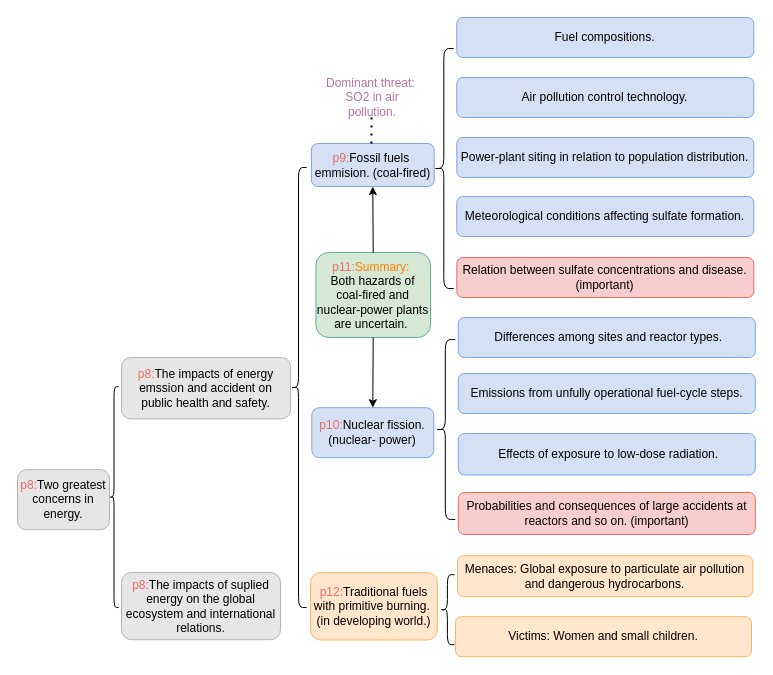
Before: mindmap.drawio in limengzhu3211/draw, a draw.io diagram. Source tidied: cells renumbered, new cells numbered last; positions are measured from the earlier drawing's top-left corner, leaving out a move shared by most shapes. Both pictures are drawn from the tidied source at 100%, with x=0, y=0 at pixel (17, 17).
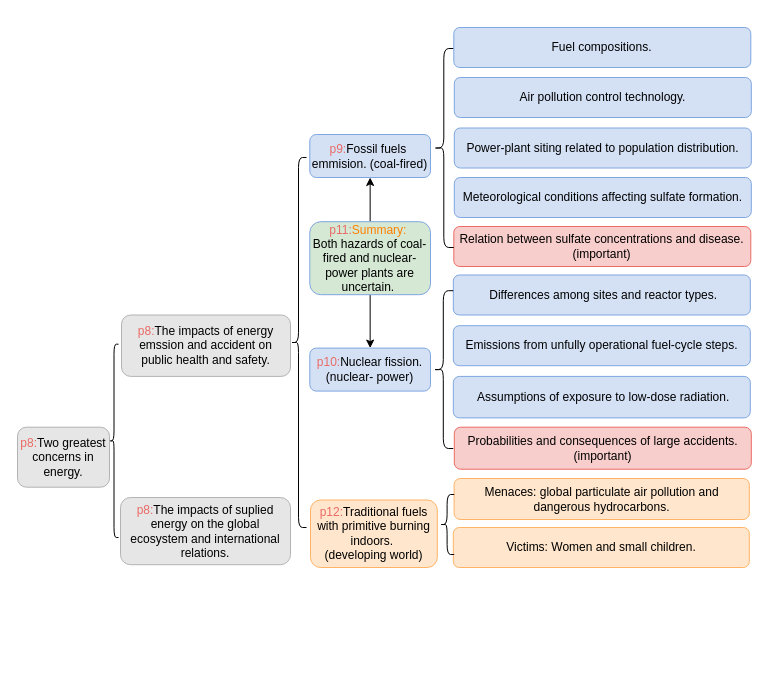
The same diagram, later.

What changed in the source:
```diff
@@
     <mxCell id="2" value="&lt;font color=&quot;#ea6b66&quot;&gt;p8:&lt;/font&gt;Two greatest concerns in energy." style="rounded=1;whiteSpace=wrap;html=1;fillColor=#E6E6E6;strokeColor=#B3B3B3;" parent="1" vertex="1">
-      <mxGeometry y="452.2" width="92" height="60" as="geometry" />
+      <mxGeometry y="409.7" width="92" height="60" as="geometry" />
     </mxCell>
     <mxCell id="3" style="shape=curlyBracket;whiteSpace=wrap;html=1;rounded=1;size=0.5;" parent="1" vertex="1">
-      <mxGeometry x="92" y="369.2" width="9" height="220.8" as="geometry" />
+      <mxGeometry x="92" y="326.7" width="9" height="193.3" as="geometry" />
     </mxCell>
     <mxCell id="4" value="&lt;font color=&quot;#ea6b66&quot;&gt;p8:&lt;/font&gt;The impacts of suplied energy on the global ecosystem and international relations." style="rounded=1;whiteSpace=wrap;html=1;fillColor=#E6E6E6;strokeColor=#B3B3B3;" parent="1" vertex="1">
-      <mxGeometry x="104" y="555" width="159" height="67.2" as="geometry" />
+      <mxGeometry x="103" y="480" width="170" height="67.2" as="geometry" />
     </mxCell>
     <mxCell id="5" value="&lt;font color=&quot;#ea6b66&quot;&gt;p8:&lt;/font&gt;The impacts of energy emssion and accident on public health and safety." style="rounded=1;whiteSpace=wrap;html=1;fillColor=#E6E6E6;strokeColor=#B3B3B3;" parent="1" vertex="1">
-      <mxGeometry x="104" y="340" width="169" height="61.4" as="geometry" />
+      <mxGeometry x="104" y="297.5" width="169" height="61.4" as="geometry" />
     </mxCell>
-    <mxCell id="6" value="&lt;font color=&quot;#ea6b66&quot;&gt;p10:&lt;/font&gt;Nuclear fission.&lt;br&gt;(nuclear- power)" style="rounded=1;whiteSpace=wrap;html=1;fillColor=#D4E1F5;strokeColor=#7EA6E0;" parent="1" vertex="1">
-      <mxGeometry x="294.3" y="390.2" width="122" height="50" as="geometry" />
-    </mxCell>
     <mxCell id="7" value="Air pollution control technology." style="rounded=1;whiteSpace=wrap;html=1;fillColor=#D4E1F5;strokeColor=#7EA6E0;" parent="1" vertex="1">
-      <mxGeometry x="439.3" y="60" width="297" height="40" as="geometry" />
+      <mxGeometry x="436.8" y="60" width="297" height="40" as="geometry" />
     </mxCell>
-    <mxCell id="8" value="Power-plant siting in relation to population distribution." style="rounded=1;whiteSpace=wrap;html=1;fillColor=#D4E1F5;strokeColor=#7EA6E0;" parent="1" vertex="1">
-      <mxGeometry x="439.3" y="120" width="297" height="40" as="geometry" />
+    <mxCell id="8" value="Power-plant siting related to population distribution." style="rounded=1;whiteSpace=wrap;html=1;fillColor=#D4E1F5;strokeColor=#7EA6E0;" parent="1" vertex="1">
+      <mxGeometry x="436.8" y="110.5" width="297" height="40" as="geometry" />
     </mxCell>
     <mxCell id="9" value="Meteorological conditions affecting sulfate formation." style="rounded=1;whiteSpace=wrap;html=1;fillColor=#D4E1F5;strokeColor=#7EA6E0;" parent="1" vertex="1">
-      <mxGeometry x="439.3" y="179" width="297" height="40" as="geometry" />
+      <mxGeometry x="436.8" y="160" width="297" height="40" as="geometry" />
     </mxCell>
     <mxCell id="10" value="Relation between sulfate concentrations and disease. &lt;br&gt;(important)" style="rounded=1;whiteSpace=wrap;html=1;fillColor=#F8CECC;strokeColor=#EA6B66;" parent="1" vertex="1">
-      <mxGeometry x="439.3" y="240" width="297" height="40" as="geometry" />
+      <mxGeometry x="436.3" y="209" width="297" height="40" as="geometry" />
     </mxCell>
     <mxCell id="11" style="shape=curlyBracket;whiteSpace=wrap;html=1;rounded=1;size=0.5;" parent="1" vertex="1">
-      <mxGeometry x="416.3" y="31" width="20" height="240" as="geometry" />
+      <mxGeometry x="416.3" y="31" width="20" height="199" as="geometry" />
     </mxCell>
     <mxCell id="12" value="&amp;nbsp;Differences among sites and reactor types." style="rounded=1;whiteSpace=wrap;html=1;fillColor=#D4E1F5;strokeColor=#7EA6E0;" parent="1" vertex="1">
-      <mxGeometry x="440.8" y="300" width="297" height="40" as="geometry" />
+      <mxGeometry x="435.8" y="257.5" width="297" height="40" as="geometry" />
     </mxCell>
     <mxCell id="13" value="Emissions from unfully operational fuel-cycle steps." style="rounded=1;whiteSpace=wrap;html=1;fillColor=#D4E1F5;strokeColor=#7EA6E0;" parent="1" vertex="1">
-      <mxGeometry x="440.8" y="356" width="297" height="40" as="geometry" />
+      <mxGeometry x="435.8" y="308.2" width="297" height="40" as="geometry" />
     </mxCell>
-    <mxCell id="14" value="&amp;nbsp;Effects of exposure to low-dose radiation." style="rounded=1;whiteSpace=wrap;html=1;fillColor=#D4E1F5;strokeColor=#7EA6E0;" parent="1" vertex="1">
-      <mxGeometry x="440.8" y="416" width="297" height="41.5" as="geometry" />
+    <mxCell id="14" value="&amp;nbsp;Assumptions of exposure to low-dose radiation." style="rounded=1;whiteSpace=wrap;html=1;fillColor=#D4E1F5;strokeColor=#7EA6E0;" parent="1" vertex="1">
+      <mxGeometry x="435.8" y="358.9" width="297" height="41.5" as="geometry" />
     </mxCell>
-    <mxCell id="15" value="Probabilities and consequences of large accidents at reactors and so on. (important)" style="rounded=1;whiteSpace=wrap;html=1;fillColor=#F8CECC;strokeColor=#EA6B66;" parent="1" vertex="1">
-      <mxGeometry x="440.8" y="475" width="297" height="42" as="geometry" />
+    <mxCell id="15" value="Probabilities and consequences of large accidents. (important)" style="rounded=1;whiteSpace=wrap;html=1;fillColor=#F8CECC;strokeColor=#EA6B66;" parent="1" vertex="1">
+      <mxGeometry x="436.8" y="409.7" width="297" height="42" as="geometry" />
     </mxCell>
     <mxCell id="16" style="shape=curlyBracket;whiteSpace=wrap;html=1;rounded=1;size=0.5;" parent="1" vertex="1">
-      <mxGeometry x="417.8" y="322" width="20" height="180" as="geometry" />
+      <mxGeometry x="415.8" y="273.2" width="20" height="157.8" as="geometry" />
     </mxCell>
     <mxCell id="17" value="Victims: Women and small children." style="rounded=1;whiteSpace=wrap;html=1;fillColor=#FFE6CC;strokeColor=#FFB366;" parent="1" vertex="1">
-      <mxGeometry x="438" y="599.2" width="296" height="40" as="geometry" />
+      <mxGeometry x="435.8" y="510" width="296" height="40" as="geometry" />
     </mxCell>
     <mxCell id="18" value="&lt;font color=&quot;#ea6b66&quot;&gt;p9:&lt;/font&gt;Fossil fuels&amp;nbsp; emmision. (coal-fired)" style="rounded=1;whiteSpace=wrap;html=1;fillColor=#D4E1F5;strokeColor=#7EA6E0;" parent="1" vertex="1">
-      <mxGeometry x="293.9" y="126" width="122.8" height="43" as="geometry" />
+      <mxGeometry x="292.3" y="117" width="120.7" height="43" as="geometry" />
     </mxCell>
     <mxCell id="19" style="shape=curlyBracket;whiteSpace=wrap;html=1;rounded=1;size=0.5;" parent="1" vertex="1">
-      <mxGeometry x="273" y="150" width="16" height="440" as="geometry" />
+      <mxGeometry x="273" y="140" width="16" height="370" as="geometry" />
     </mxCell>
-    <mxCell id="20" value="&lt;span style=&quot;font-family: &amp;#34;helvetica&amp;#34;&quot;&gt;&lt;font color=&quot;#ea6b66&quot;&gt;p11:&lt;/font&gt;&lt;font color=&quot;#ff8000&quot;&gt;Summary:&lt;/font&gt;&amp;nbsp;&lt;br&gt;&lt;/span&gt;&lt;span style=&quot;font-family: &amp;#34;helvetica&amp;#34;&quot;&gt;Both&amp;nbsp;&lt;/span&gt;&lt;span style=&quot;font-family: &amp;#34;helvetica&amp;#34;&quot;&gt;hazards of coal-fired and nuclear-power plants are uncertain.&amp;nbsp;&lt;/span&gt;" style="rounded=1;whiteSpace=wrap;html=1;fillColor=#D5E8D4;strokeColor=#67AB9F;" parent="1" vertex="1">
-      <mxGeometry x="298.4" y="235" width="114.6" height="85" as="geometry" />
-    </mxCell>
-    <mxCell id="21" value="&lt;font color=&quot;#b5739d&quot;&gt;&lt;span style=&quot;font-family: &amp;#34;helvetica&amp;#34;&quot;&gt;Dominant threat:&amp;nbsp;&lt;br&gt;SO2&amp;nbsp;&lt;/span&gt;in air pollution.&lt;/font&gt;" style="text;html=1;strokeColor=none;fillColor=none;align=center;verticalAlign=middle;whiteSpace=wrap;rounded=0;" parent="1" vertex="1">
-      <mxGeometry x="302.3" y="60" width="106" height="40" as="geometry" />
-    </mxCell>
-    <mxCell id="22" style="endArrow=none;dashed=1;html=1;dashPattern=1 3;strokeWidth=2;" parent="1" edge="1">
-      <mxGeometry relative="1" as="geometry">
-        <mxPoint x="353.9" y="126" as="sourcePoint" />
-        <mxPoint x="354.1" y="99" as="targetPoint" />
-      </mxGeometry>
-    </mxCell>
-    <mxCell id="23" value="Menaces: Global exposure to particulate air pollution and dangerous hydrocarbons." style="rounded=1;whiteSpace=wrap;html=1;fillColor=#FFE6CC;strokeColor=#FFB366;" parent="1" vertex="1">
-      <mxGeometry x="440" y="538.2" width="295.2" height="41" as="geometry" />
+    <mxCell id="23" value="Menaces: global particulate air pollution and dangerous hydrocarbons." style="rounded=1;whiteSpace=wrap;html=1;fillColor=#FFE6CC;strokeColor=#FFB366;" parent="1" vertex="1">
+      <mxGeometry x="436.6" y="461" width="295.2" height="41" as="geometry" />
     </mxCell>
     <mxCell id="24" style="shape=curlyBracket;whiteSpace=wrap;html=1;rounded=1;" parent="1" vertex="1">
-      <mxGeometry x="422.8" y="557.2" width="14.2" height="70" as="geometry" />
+      <mxGeometry x="422.5" y="477" width="14.2" height="60" as="geometry" />
     </mxCell>
     <mxCell id="25" value="Fuel compositions." style="rounded=1;whiteSpace=wrap;html=1;fillColor=#D4E1F5;strokeColor=#7EA6E0;" parent="1" vertex="1">
-      <mxGeometry x="439.3" width="297" height="40" as="geometry" />
+      <mxGeometry x="436.3" y="10" width="297" height="40" as="geometry" />
     </mxCell>
-    <mxCell id="26" value="&lt;font color=&quot;#ea6b66&quot;&gt;p12:&lt;/font&gt;Traditional fuels with primitive burning.&amp;nbsp;&lt;br&gt;(in developing world.)" style="rounded=1;whiteSpace=wrap;html=1;fillColor=#FFE6CC;strokeColor=#FFB366;" parent="1" vertex="1">
-      <mxGeometry x="293" y="555" width="126.8" height="67.5" as="geometry" />
+    <mxCell id="26" value="&lt;font color=&quot;#ea6b66&quot;&gt;p12:&lt;/font&gt;Traditional fuels with primitive burning indoors.&amp;nbsp;&lt;br&gt;(developing world)" style="rounded=1;whiteSpace=wrap;html=1;fillColor=#FFE6CC;strokeColor=#FFB366;" parent="1" vertex="1">
+      <mxGeometry x="293" y="482.5" width="126.8" height="67.5" as="geometry" />
     </mxCell>
-    <mxCell id="27" style="endArrow=classic;html=1;entryX=0.5;entryY=1;entryDx=0;entryDy=0;exitX=0.5;exitY=0;exitDx=0;exitDy=0;" parent="1" edge="1" source="20" target="18">
+    <mxCell id="27" style="edgeStyle=orthogonalEdgeStyle;rounded=0;jettySize=auto;html=1;" parent="1" edge="1" source="20" target="18">
       <mxGeometry relative="1" as="geometry" />
     </mxCell>
-    <mxCell id="28" style="endArrow=classic;html=1;exitX=0.5;exitY=1;exitDx=0;exitDy=0;entryX=0.5;entryY=0;entryDx=0;entryDy=0;" parent="1" edge="1" source="20" target="6">
+    <mxCell id="28" style="edgeStyle=orthogonalEdgeStyle;rounded=0;jettySize=auto;html=1;" parent="1" edge="1" source="20" target="6">
       <mxGeometry relative="1" as="geometry" />
     </mxCell>
+    <mxCell id="20" value="&lt;span style=&quot;font-family: &amp;#34;helvetica&amp;#34;&quot;&gt;&lt;font color=&quot;#ea6b66&quot;&gt;p11:&lt;/font&gt;&lt;font color=&quot;#ff8000&quot;&gt;Summary:&lt;/font&gt;&amp;nbsp;&lt;br&gt;&lt;/span&gt;&lt;span style=&quot;font-family: &amp;#34;helvetica&amp;#34;&quot;&gt;Both&amp;nbsp;&lt;/span&gt;&lt;span style=&quot;font-family: &amp;#34;helvetica&amp;#34;&quot;&gt;hazards of coal-fired and nuclear-power plants are uncertain.&amp;nbsp;&lt;/span&gt;" style="rounded=1;whiteSpace=wrap;html=1;fillColor=#D5E8D4;strokeColor=#7EA6E0;" parent="1" vertex="1">
+      <mxGeometry x="292.3" y="204.2" width="120.7" height="73" as="geometry" />
+    </mxCell>
+    <mxCell id="6" value="&lt;font color=&quot;#ea6b66&quot;&gt;p10:&lt;/font&gt;&lt;span&gt;Nuclear fission.&lt;/span&gt;&lt;br&gt;&lt;span&gt;(nuclear- power)&lt;/span&gt;" style="rounded=1;whiteSpace=wrap;html=1;fillColor=#D4E1F5;strokeColor=#7EA6E0;" parent="1" vertex="1">
+      <mxGeometry x="292.3" y="330.6" width="120.7" height="43" as="geometry" />
+    </mxCell>
```
